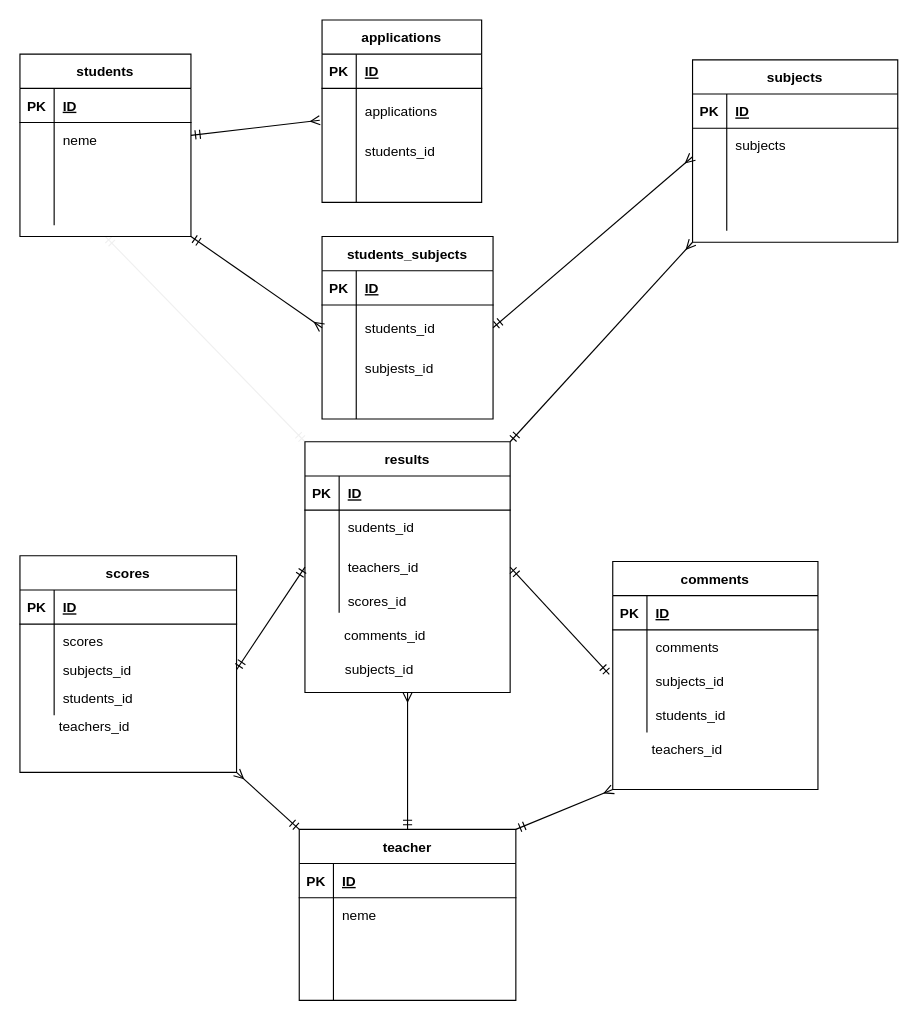
The draw.io diagram 20211019_niimura/ERD.drawio in Niimura001/20211019_niimura, before the edit. Source tidied: cells renumbered, new cells numbered last; positions are measured from the earlier drawing's top-left corner, leaving out a move shared by most shapes. Both pictures are drawn from the tidied source at 114%, with x=0, y=0 at pixel (19, 19).
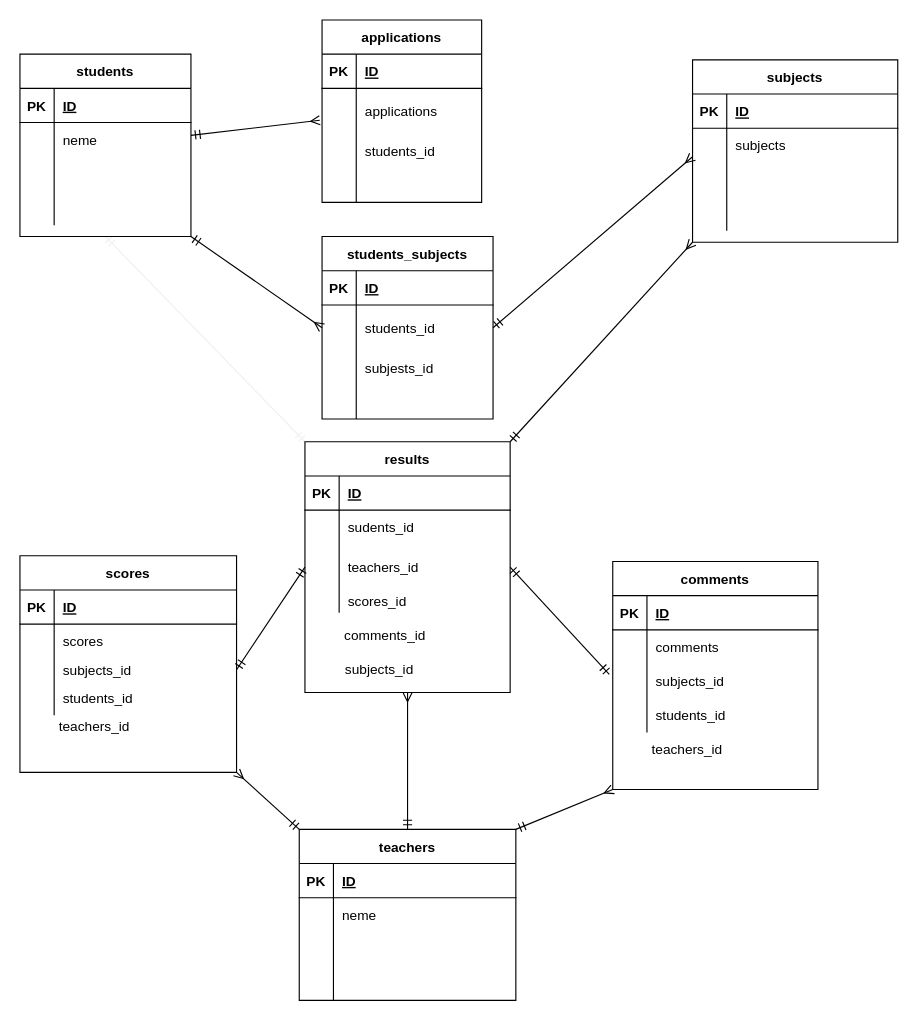
Above is the later version.

Change to the diagram source:
```diff
@@
-    <mxCell id="19" value="teacher" style="shape=table;startSize=30;childLayout=tableLayout;rowLines=0;fontStyle=1;align=center;" parent="1" vertex="1">
+    <mxCell id="19" value="teachers" style="shape=table;startSize=30;childLayout=tableLayout;rowLines=0;fontStyle=1;align=center;" parent="1" vertex="1">
       <mxGeometry x="245" y="710" width="190" height="150" as="geometry" />
     </mxCell>
```
